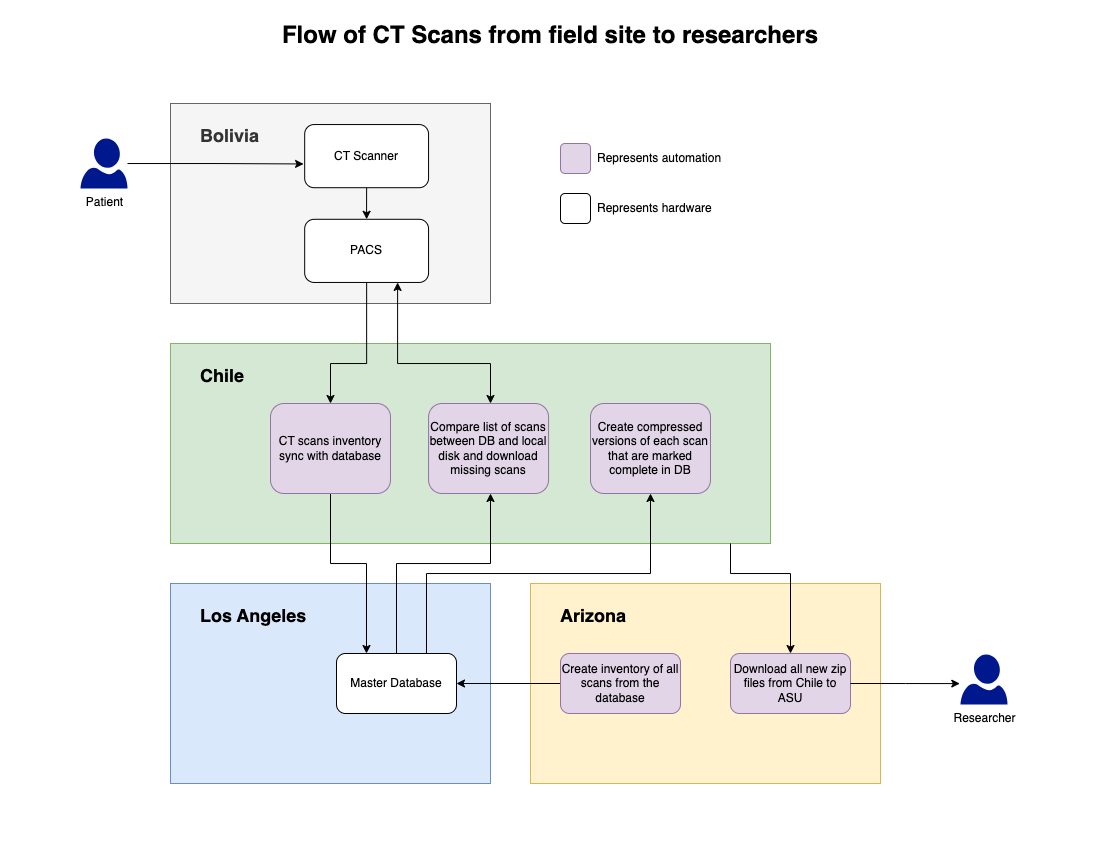
The draw.io diagram images/automation_diagram.drawio.png in THLHP/dicom_downloader, before a commit. Source tidied: cells renumbered, new cells last; positions are measured from the earlier drawing's top-left corner, leaving out a move shared by most shapes. Its diagram source:
```xml
<mxGraphModel>
  <root>
    <mxCell id="0" />
    <mxCell id="1" parent="0" />
    <mxCell id="2" style="group;" parent="1" vertex="1">
      <mxGeometry x="90" y="83" width="320" height="200" as="geometry" />
    </mxCell>
    <mxCell id="3" value="&lt;h2&gt;Bolivia&lt;/h2&gt;" style="rounded=0;whiteSpace=wrap;html=1;verticalAlign=top;align=left;spacingLeft=28;fillColor=#f5f5f5;fontColor=#333333;strokeColor=#666666;" parent="2" vertex="1">
      <mxGeometry width="320" height="200" as="geometry" />
    </mxCell>
    <mxCell id="4" value="PACS" style="rounded=1;whiteSpace=wrap;html=1;" parent="2" vertex="1">
      <mxGeometry x="134.2" y="115.8" width="123.9" height="63.2" as="geometry" />
    </mxCell>
    <mxCell id="5" style="edgeStyle=orthogonalEdgeStyle;rounded=0;jettySize=auto;html=1;exitX=0.5;exitY=1;exitDx=0;exitDy=0;" parent="2" edge="1" source="6" target="4">
      <mxGeometry relative="1" as="geometry" />
    </mxCell>
    <mxCell id="6" value="CT Scanner" style="rounded=1;whiteSpace=wrap;html=1;" parent="2" vertex="1">
      <mxGeometry x="134.2" y="21.1" width="123.9" height="63.2" as="geometry" />
    </mxCell>
    <mxCell id="7" value="&lt;h2&gt;Chile&lt;/h2&gt;&lt;div&gt;&lt;br&gt;&lt;/div&gt;" style="rounded=0;whiteSpace=wrap;html=1;verticalAlign=top;align=left;spacingLeft=28;fillColor=#d5e8d4;strokeColor=#82b366;" parent="1" vertex="1">
      <mxGeometry x="90" y="323" width="600" height="200" as="geometry" />
    </mxCell>
    <mxCell id="8" value="&lt;h2&gt;Los Angeles&lt;/h2&gt;&lt;div&gt;&lt;br&gt;&lt;/div&gt;" style="rounded=0;whiteSpace=wrap;html=1;verticalAlign=top;align=left;spacingLeft=28;fillColor=#dae8fc;strokeColor=#6c8ebf;" parent="1" vertex="1">
      <mxGeometry x="90" y="563" width="320" height="200" as="geometry" />
    </mxCell>
    <mxCell id="9" style="edgeStyle=orthogonalEdgeStyle;rounded=0;jettySize=auto;html=1;exitX=0.5;exitY=0;exitDx=0;exitDy=0;" parent="1" edge="1" source="11" target="16">
      <mxGeometry relative="1" as="geometry">
        <Array as="points">
          <mxPoint x="316" y="543" />
          <mxPoint x="410" y="543" />
        </Array>
      </mxGeometry>
    </mxCell>
    <mxCell id="10" style="edgeStyle=orthogonalEdgeStyle;rounded=0;jettySize=auto;html=1;exitX=0.75;exitY=0;exitDx=0;exitDy=0;" parent="1" edge="1" source="11" target="17">
      <mxGeometry relative="1" as="geometry" />
    </mxCell>
    <mxCell id="11" value="Master Database" style="rounded=1;whiteSpace=wrap;html=1;" parent="1" vertex="1">
      <mxGeometry x="256" y="633" width="120" height="60" as="geometry" />
    </mxCell>
    <mxCell id="12" style="edgeStyle=orthogonalEdgeStyle;rounded=0;jettySize=auto;html=1;entryX=0.25;entryY=0;entryDx=0;entryDy=0;" parent="1" edge="1" source="13" target="11">
      <mxGeometry relative="1" as="geometry">
        <Array as="points">
          <mxPoint x="250" y="543" />
          <mxPoint x="286" y="543" />
        </Array>
      </mxGeometry>
    </mxCell>
    <mxCell id="13" value="CT scans inventory sync with database" style="rounded=1;whiteSpace=wrap;html=1;fillColor=#e1d5e7;strokeColor=#9673a6;" parent="1" vertex="1">
      <mxGeometry x="190" y="383" width="120" height="90" as="geometry" />
    </mxCell>
    <mxCell id="14" style="edgeStyle=orthogonalEdgeStyle;rounded=0;jettySize=auto;html=1;" parent="1" edge="1" source="4" target="13">
      <mxGeometry relative="1" as="geometry">
        <Array as="points">
          <mxPoint x="286" y="343" />
          <mxPoint x="250" y="343" />
        </Array>
      </mxGeometry>
    </mxCell>
    <mxCell id="15" style="edgeStyle=orthogonalEdgeStyle;rounded=0;jettySize=auto;html=1;entryX=0.75;entryY=1;entryDx=0;entryDy=0;startArrow=classic;startFill=1;" parent="1" edge="1" source="16" target="4">
      <mxGeometry relative="1" as="geometry">
        <Array as="points">
          <mxPoint x="410" y="343" />
          <mxPoint x="317" y="343" />
        </Array>
      </mxGeometry>
    </mxCell>
    <mxCell id="16" value="Compare list of scans between DB and local disk and download missing scans" style="rounded=1;whiteSpace=wrap;html=1;fillColor=#e1d5e7;strokeColor=#9673a6;" parent="1" vertex="1">
      <mxGeometry x="348.1" y="383" width="120" height="90" as="geometry" />
    </mxCell>
    <mxCell id="17" value="Create compressed versions of each scan that are marked complete in DB" style="rounded=1;whiteSpace=wrap;html=1;fillColor=#e1d5e7;strokeColor=#9673a6;" parent="1" vertex="1">
      <mxGeometry x="510" y="383" width="120" height="90" as="geometry" />
    </mxCell>
    <mxCell id="18" value="&lt;h2&gt;Arizona&lt;/h2&gt;" style="rounded=0;whiteSpace=wrap;html=1;verticalAlign=top;align=left;spacingLeft=28;fillColor=#fff2cc;strokeColor=#d6b656;" parent="1" vertex="1">
      <mxGeometry x="450" y="563" width="350" height="200" as="geometry" />
    </mxCell>
    <mxCell id="19" style="edgeStyle=orthogonalEdgeStyle;rounded=0;jettySize=auto;html=1;exitX=0;exitY=0.5;exitDx=0;exitDy=0;" parent="1" edge="1" source="20" target="11">
      <mxGeometry relative="1" as="geometry" />
    </mxCell>
    <mxCell id="20" value="Create inventory of all scans from the database" style="rounded=1;whiteSpace=wrap;html=1;fillColor=#e1d5e7;strokeColor=#9673a6;" parent="1" vertex="1">
      <mxGeometry x="480" y="633" width="120" height="60" as="geometry" />
    </mxCell>
    <mxCell id="21" value="Download all new zip files from Chile to ASU" style="rounded=1;whiteSpace=wrap;html=1;fillColor=#e1d5e7;strokeColor=#9673a6;" parent="1" vertex="1">
      <mxGeometry x="650" y="633" width="120" height="60" as="geometry" />
    </mxCell>
    <mxCell id="22" style="edgeStyle=orthogonalEdgeStyle;rounded=0;jettySize=auto;html=1;" parent="1" edge="1" source="7" target="21">
      <mxGeometry relative="1" as="geometry">
        <Array as="points">
          <mxPoint x="650" y="553" />
          <mxPoint x="710" y="553" />
        </Array>
      </mxGeometry>
    </mxCell>
    <mxCell id="23" style="rounded=1;whiteSpace=wrap;html=1;fillColor=#e1d5e7;strokeColor=#9673a6;" parent="1" vertex="1">
      <mxGeometry x="480" y="123" width="30" height="30" as="geometry" />
    </mxCell>
    <mxCell id="24" value="Represents automation" style="text;html=1;align=left;verticalAlign=middle;whiteSpace=wrap;rounded=0;spacingLeft=5;" parent="1" vertex="1">
      <mxGeometry x="510" y="123" width="140" height="30" as="geometry" />
    </mxCell>
    <mxCell id="25" style="rounded=1;whiteSpace=wrap;html=1;" parent="1" vertex="1">
      <mxGeometry x="480" y="173" width="30" height="30" as="geometry" />
    </mxCell>
    <mxCell id="26" value="Represents hardware" style="text;html=1;align=left;verticalAlign=middle;whiteSpace=wrap;rounded=0;spacingLeft=5;" parent="1" vertex="1">
      <mxGeometry x="510" y="173" width="140" height="30" as="geometry" />
    </mxCell>
    <mxCell id="27" value="Patient" style="sketch=0;shadow=0;dashed=0;html=1;strokeColor=none;labelPosition=center;verticalLabelPosition=bottom;verticalAlign=top;align=center;fillColor=#00188D;shape=mxgraph.azure.user;" parent="1" vertex="1">
      <mxGeometry y="118" width="47" height="50" as="geometry" />
    </mxCell>
    <mxCell id="28" style="edgeStyle=orthogonalEdgeStyle;rounded=0;jettySize=auto;html=1;entryX=-0.009;entryY=0.624;entryDx=0;entryDy=0;entryPerimeter=0;" parent="1" edge="1" source="27" target="6">
      <mxGeometry relative="1" as="geometry" />
    </mxCell>
    <mxCell id="29" value="Researcher" style="sketch=0;shadow=0;dashed=0;html=1;strokeColor=none;labelPosition=center;verticalLabelPosition=bottom;verticalAlign=top;align=center;fillColor=#00188D;shape=mxgraph.azure.user;" parent="1" vertex="1">
      <mxGeometry x="880" y="634" width="47" height="50" as="geometry" />
    </mxCell>
    <mxCell id="30" style="edgeStyle=orthogonalEdgeStyle;rounded=0;jettySize=auto;html=1;exitX=1;exitY=0.5;exitDx=0;exitDy=0;entryX=-0.015;entryY=0.582;entryDx=0;entryDy=0;entryPerimeter=0;" parent="1" edge="1" source="21" target="29">
      <mxGeometry relative="1" as="geometry" />
    </mxCell>
    <mxCell id="31" value="&lt;h1&gt;Flow of CT Scans from field site to researchers&lt;/h1&gt;" style="text;html=1;align=center;verticalAlign=middle;whiteSpace=wrap;rounded=0;" parent="1" vertex="1">
      <mxGeometry x="150" width="640" height="30" as="geometry" />
    </mxCell>
  </root>
</mxGraphModel>
```
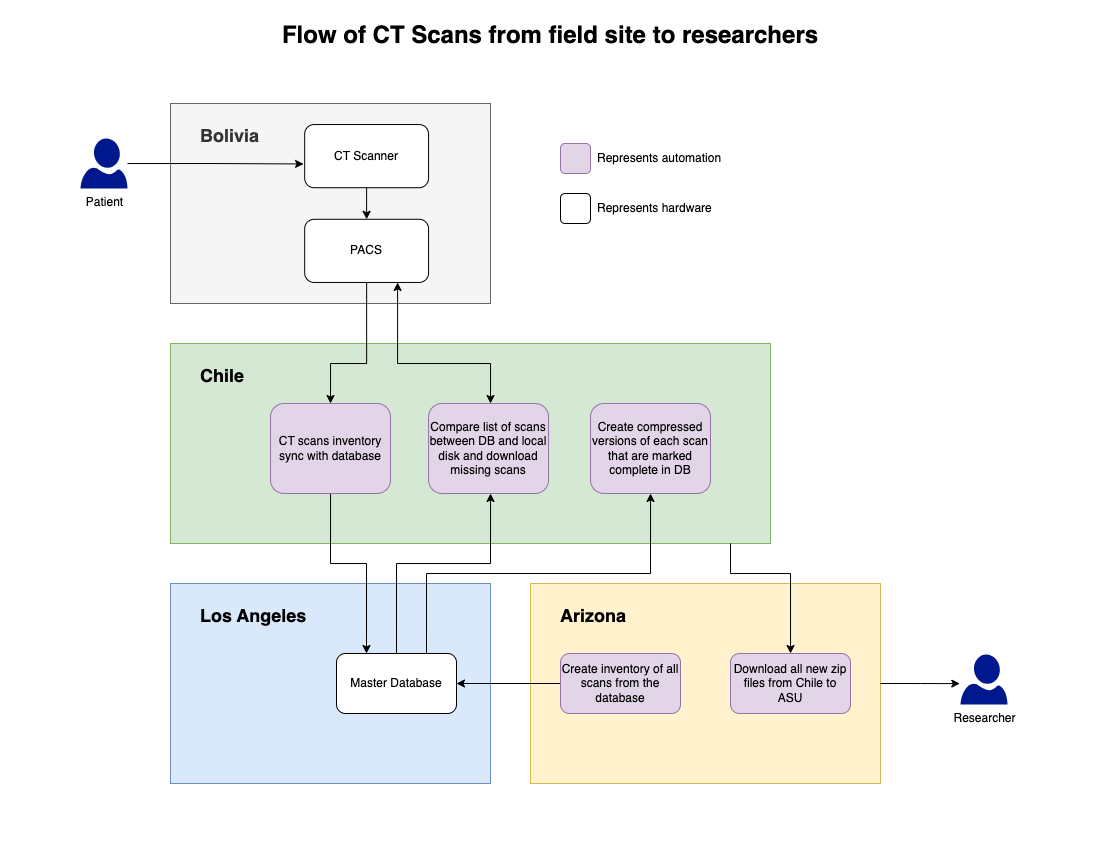
Above is the later version.

Commit message:
updated arrow on diagram

Change to the diagram source:
```diff
@@ -111,7 +111,7 @@
     <mxCell id="29" value="Researcher" style="sketch=0;shadow=0;dashed=0;html=1;strokeColor=none;labelPosition=center;verticalLabelPosition=bottom;verticalAlign=top;align=center;fillColor=#00188D;shape=mxgraph.azure.user;" parent="1" vertex="1">
       <mxGeometry x="880" y="634" width="47" height="50" as="geometry" />
     </mxCell>
-    <mxCell id="30" style="edgeStyle=orthogonalEdgeStyle;rounded=0;jettySize=auto;html=1;exitX=1;exitY=0.5;exitDx=0;exitDy=0;entryX=-0.015;entryY=0.582;entryDx=0;entryDy=0;entryPerimeter=0;" parent="1" edge="1" source="21" target="29">
+    <mxCell id="30" style="edgeStyle=orthogonalEdgeStyle;rounded=0;jettySize=auto;html=1;exitX=1;exitY=0.5;exitDx=0;exitDy=0;entryX=-0.015;entryY=0.582;entryDx=0;entryDy=0;entryPerimeter=0;" parent="1" edge="1" source="18" target="29">
       <mxGeometry relative="1" as="geometry" />
     </mxCell>
     <mxCell id="31" value="&lt;h1&gt;Flow of CT Scans from field site to researchers&lt;/h1&gt;" style="text;html=1;align=center;verticalAlign=middle;whiteSpace=wrap;rounded=0;" parent="1" vertex="1">
```
